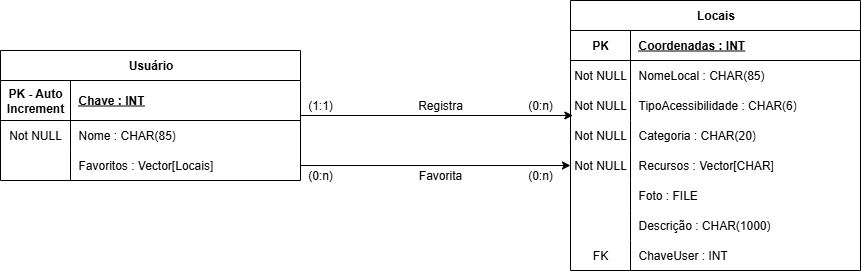
Earlier version of the draw.io export doc/Banco AcessoLivre.png (Erlanoep13/Acesso-Livre). Source tidied: cells renumbered, new cells last; positions are measured from the earlier drawing's top-left corner, leaving out a move shared by most shapes.
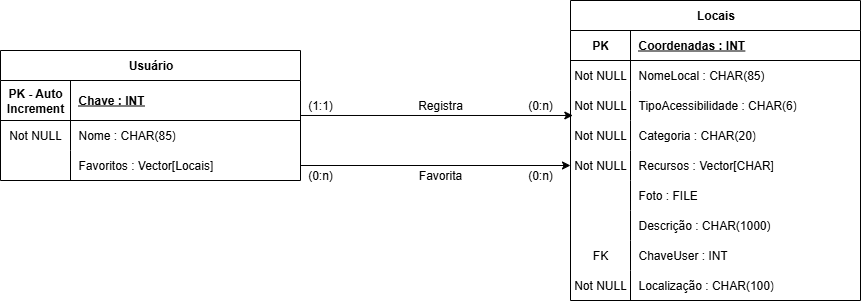
The same diagram one commit later.

Commit message:
Adicionando input para localização

Change to the diagram source:
```diff
@@ -33,7 +33,7 @@
       <mxGeometry x="70" width="230" height="30" as="geometry" />
     </mxCell>
     <mxCell id="12" value="Locais" style="shape=table;startSize=30;rowLines=0;fontStyle=1;align=center;html=1;" parent="1" vertex="1">
-      <mxGeometry x="570" width="290" height="270" as="geometry" />
+      <mxGeometry x="570" width="290" height="300" as="geometry" />
     </mxCell>
     <mxCell id="13" style="shape=tableRow;horizontal=0;startSize=0;swimlaneHead=0;swimlaneBody=0;fillColor=none;top=0;left=0;right=0;bottom=1;" parent="12" vertex="1">
       <mxGeometry y="30" width="290" height="30" as="geometry" />
@@ -107,6 +107,15 @@
     <mxCell id="36" value="ChaveUser : INT" style="shape=partialRectangle;fillColor=none;top=0;left=0;bottom=0;right=0;align=left;spacingLeft=6;overflow=hidden;whiteSpace=wrap;html=1;" parent="34" vertex="1">
       <mxGeometry x="60" width="230" height="30" as="geometry" />
     </mxCell>
+    <mxCell id="45" style="shape=tableRow;horizontal=0;startSize=0;swimlaneHead=0;swimlaneBody=0;fillColor=none;top=0;left=0;right=0;bottom=0;" parent="12" vertex="1">
+      <mxGeometry y="270" width="290" height="30" as="geometry" />
+    </mxCell>
+    <mxCell id="46" value="Not NULL" style="shape=partialRectangle;fillColor=none;top=0;left=0;bottom=0;right=0;overflow=hidden;whiteSpace=wrap;html=1;" parent="45" vertex="1">
+      <mxGeometry width="60" height="30" as="geometry" />
+    </mxCell>
+    <mxCell id="47" value="Localização : CHAR(100)" style="shape=partialRectangle;fillColor=none;top=0;left=0;bottom=0;right=0;align=left;spacingLeft=6;overflow=hidden;whiteSpace=wrap;html=1;" parent="45" vertex="1">
+      <mxGeometry x="60" width="230" height="30" as="geometry" />
+    </mxCell>
     <mxCell id="37" value="Registra" style="text;html=1;align=center;verticalAlign=middle;whiteSpace=wrap;rounded=0;" parent="1" vertex="1">
       <mxGeometry x="410" y="90" width="60" height="30" as="geometry" />
     </mxCell>
```
